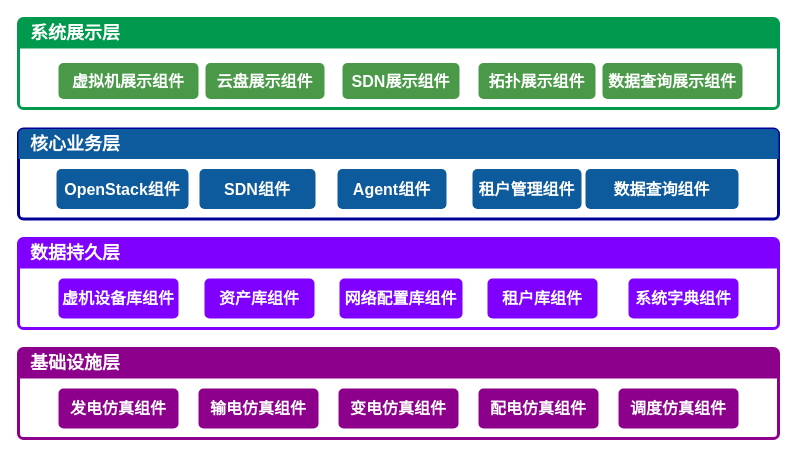
The draw.io diagram page "试验管控" (4 of 4) of 组件关联.drawio in ytwei72/drawio, before the edit. Source tidied: cells renumbered, new cells numbered last; positions are measured from the earlier drawing's top-left corner, leaving out a move shared by most shapes. Both pictures are drawn from the tidied source at 100%, with x=0, y=0 at pixel (18, 18).
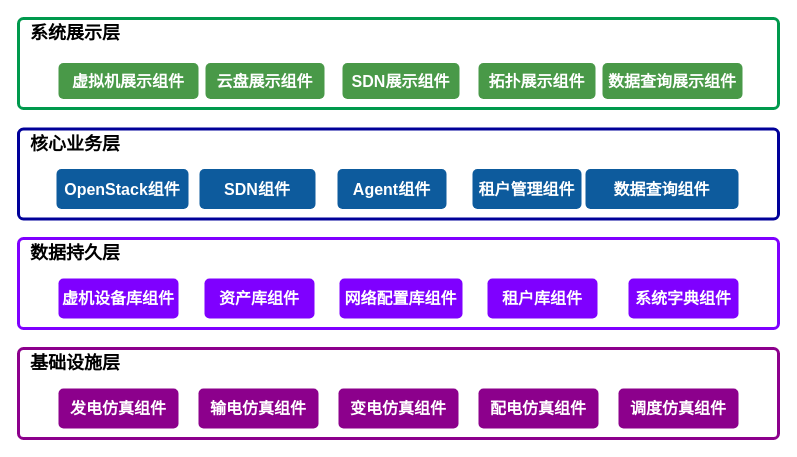
The same page after the edit.

Unchanged cells that the change refers to:
```xml
<mxCell id="2" style="html=1;shadow=0;dashed=0;shape=mxgraph.bootstrap.rrect;align=center;rSize=5;strokeColor=#00994D;fontColor=#f0f0f0;spacingTop=30;whiteSpace=wrap;fillColor=none;strokeWidth=3;" parent="1" vertex="1">
  <mxGeometry width="760" height="90" as="geometry" />
</mxCell>
<mxCell id="9" style="html=1;shadow=0;dashed=0;shape=mxgraph.bootstrap.rrect;align=center;rSize=5;strokeColor=#000099;fontColor=#f0f0f0;spacingTop=30;whiteSpace=wrap;fillColor=none;strokeWidth=3;" parent="1" vertex="1">
  <mxGeometry y="110.5" width="760" height="90" as="geometry" />
</mxCell>
<mxCell id="16" style="html=1;shadow=0;dashed=0;shape=mxgraph.bootstrap.rrect;align=center;rSize=5;strokeColor=#7F00FF;fontColor=#f0f0f0;spacingTop=30;whiteSpace=wrap;fillColor=none;strokeWidth=3;" parent="1" vertex="1">
  <mxGeometry y="220" width="760" height="90" as="geometry" />
</mxCell>
<mxCell id="23" style="html=1;shadow=0;dashed=0;shape=mxgraph.bootstrap.rrect;align=center;rSize=5;strokeColor=#8C008C;fontColor=#f0f0f0;spacingTop=30;whiteSpace=wrap;fillColor=none;strokeWidth=3;" parent="1" vertex="1">
  <mxGeometry y="330" width="760" height="90" as="geometry" />
</mxCell>
```

Change to the diagram source:
```diff
@@
-    <mxCell id="3" value="系统展示层" style="html=1;shadow=0;dashed=0;shape=mxgraph.bootstrap.topButton;rSize=5;strokeColor=none;fillColor=#00994D;fontColor=#FFFFFF;fontSize=18;fontStyle=1;align=left;spacingLeft=10;whiteSpace=wrap;" parent="2" vertex="1">
+    <mxCell id="3" value="系统展示层" style="html=1;shadow=0;dashed=0;shape=mxgraph.bootstrap.topButton;rSize=5;strokeColor=none;fillColor=none;fontColor=#000000;fontSize=18;fontStyle=1;align=left;spacingLeft=10;whiteSpace=wrap;" parent="2" vertex="1">
       <mxGeometry width="760" height="30" relative="1" as="geometry" />
     </mxCell>
@@
-    <mxCell id="10" value="核心业务层" style="html=1;shadow=0;dashed=0;shape=mxgraph.bootstrap.topButton;rSize=5;strokeColor=none;fillColor=#0D5B9D;fontColor=#FFFFFF;fontSize=18;fontStyle=1;align=left;spacingLeft=10;whiteSpace=wrap;" parent="9" vertex="1">
+    <mxCell id="10" value="核心业务层" style="html=1;shadow=0;dashed=0;shape=mxgraph.bootstrap.topButton;rSize=5;strokeColor=none;fillColor=none;fontColor=#000000;fontSize=18;fontStyle=1;align=left;spacingLeft=10;whiteSpace=wrap;" parent="9" vertex="1">
       <mxGeometry width="760" height="30" relative="1" as="geometry" />
     </mxCell>
@@
-    <mxCell id="17" value="数据持久层" style="html=1;shadow=0;dashed=0;shape=mxgraph.bootstrap.topButton;rSize=5;strokeColor=none;fillColor=#7F00FF;fontColor=#FFFFFF;fontSize=18;fontStyle=1;align=left;spacingLeft=10;whiteSpace=wrap;" parent="16" vertex="1">
+    <mxCell id="17" value="数据持久层" style="html=1;shadow=0;dashed=0;shape=mxgraph.bootstrap.topButton;rSize=5;strokeColor=none;fillColor=none;fontColor=#000000;fontSize=18;fontStyle=1;align=left;spacingLeft=10;whiteSpace=wrap;" parent="16" vertex="1">
       <mxGeometry width="760" height="30" relative="1" as="geometry" />
     </mxCell>
@@
-    <mxCell id="24" value="基础设施层" style="html=1;shadow=0;dashed=0;shape=mxgraph.bootstrap.topButton;rSize=5;strokeColor=none;fillColor=#8C008C;fontColor=#FFFFFF;fontSize=18;fontStyle=1;align=left;spacingLeft=10;whiteSpace=wrap;" parent="23" vertex="1">
+    <mxCell id="24" value="基础设施层" style="html=1;shadow=0;dashed=0;shape=mxgraph.bootstrap.topButton;rSize=5;strokeColor=none;fillColor=none;fontColor=#000000;fontSize=18;fontStyle=1;align=left;spacingLeft=10;whiteSpace=wrap;" parent="23" vertex="1">
       <mxGeometry width="760" height="30" relative="1" as="geometry" />
     </mxCell>
```
